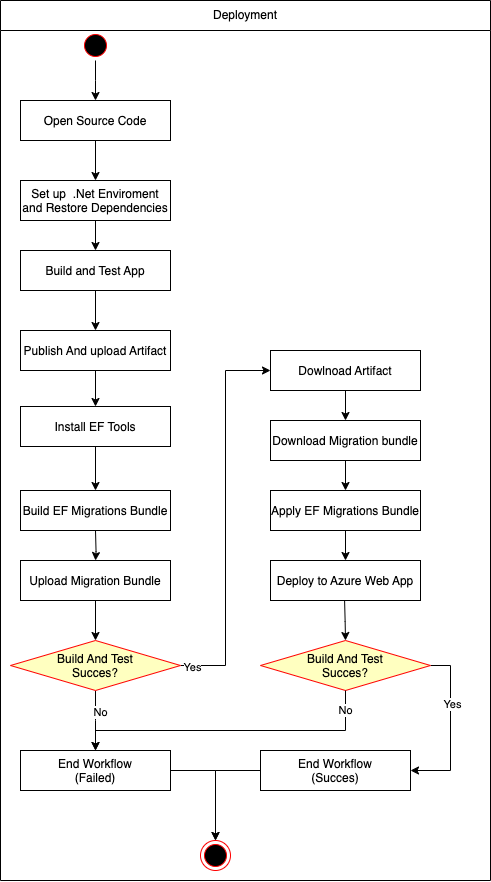
The draw.io diagram docs/images/Deployment-Workflow.drawio.png in ITU-BDSA-GROUP12/Chirp, before a commit. Source tidied: cells renumbered, new cells last; positions are measured from the earlier drawing's top-left corner, leaving out a move shared by most shapes. Its diagram source:
```xml
<mxGraphModel>
  <root>
    <mxCell id="0" />
    <mxCell id="1" parent="0" />
    <mxCell id="2" style="edgeStyle=orthogonalEdgeStyle;rounded=0;jettySize=auto;html=1;entryX=0.5;entryY=0;entryDx=0;entryDy=0;" parent="1" edge="1" source="3">
      <mxGeometry relative="1" as="geometry">
        <mxPoint x="95" y="100" as="targetPoint" />
      </mxGeometry>
    </mxCell>
    <mxCell id="3" style="ellipse;shape=startState;fillColor=#000000;strokeColor=#ff0000;" parent="1" vertex="1">
      <mxGeometry x="80" y="30" width="30" height="30" as="geometry" />
    </mxCell>
    <mxCell id="4" style="edgeStyle=orthogonalEdgeStyle;rounded=0;jettySize=auto;html=1;" parent="1" edge="1" source="5" target="7">
      <mxGeometry relative="1" as="geometry" />
    </mxCell>
    <mxCell id="5" value="Open Source Code" parent="1" vertex="1">
      <mxGeometry x="20" y="100" width="150" height="40" as="geometry" />
    </mxCell>
    <mxCell id="6" style="edgeStyle=orthogonalEdgeStyle;rounded=0;jettySize=auto;html=1;" parent="1" edge="1" source="7" target="9">
      <mxGeometry relative="1" as="geometry" />
    </mxCell>
    <mxCell id="7" value="Set up  .Net Enviroment&#10;and Restore Dependencies" parent="1" vertex="1">
      <mxGeometry x="20" y="180" width="150" height="40" as="geometry" />
    </mxCell>
    <mxCell id="8" style="edgeStyle=orthogonalEdgeStyle;rounded=0;jettySize=auto;html=1;" parent="1" edge="1" source="9" target="11">
      <mxGeometry relative="1" as="geometry" />
    </mxCell>
    <mxCell id="9" value="Build and Test App" parent="1" vertex="1">
      <mxGeometry x="20" y="250" width="150" height="40" as="geometry" />
    </mxCell>
    <mxCell id="10" style="edgeStyle=orthogonalEdgeStyle;rounded=0;jettySize=auto;html=1;" parent="1" edge="1" source="11" target="13">
      <mxGeometry relative="1" as="geometry" />
    </mxCell>
    <mxCell id="11" value="Publish And upload Artifact" parent="1" vertex="1">
      <mxGeometry x="20" y="330" width="150" height="40" as="geometry" />
    </mxCell>
    <mxCell id="12" style="edgeStyle=orthogonalEdgeStyle;rounded=0;jettySize=auto;html=1;exitX=0.5;exitY=1;exitDx=0;exitDy=0;entryX=0.5;entryY=0;entryDx=0;entryDy=0;" parent="1" edge="1" source="13" target="14">
      <mxGeometry relative="1" as="geometry" />
    </mxCell>
    <mxCell id="13" value="Install EF Tools" parent="1" vertex="1">
      <mxGeometry x="20" y="406" width="150" height="40" as="geometry" />
    </mxCell>
    <mxCell id="14" value="Build EF Migrations Bundle" parent="1" vertex="1">
      <mxGeometry x="20" y="490" width="150" height="40" as="geometry" />
    </mxCell>
    <mxCell id="15" style="edgeStyle=orthogonalEdgeStyle;rounded=0;jettySize=auto;html=1;exitX=0.5;exitY=1;exitDx=0;exitDy=0;" parent="1" edge="1" target="17">
      <mxGeometry relative="1" as="geometry">
        <mxPoint x="95" y="530" as="sourcePoint" />
      </mxGeometry>
    </mxCell>
    <mxCell id="16" style="edgeStyle=orthogonalEdgeStyle;rounded=0;jettySize=auto;html=1;entryX=0.5;entryY=0;entryDx=0;entryDy=0;" parent="1" edge="1" source="17" target="22">
      <mxGeometry relative="1" as="geometry" />
    </mxCell>
    <mxCell id="17" value="Upload Migration Bundle" parent="1" vertex="1">
      <mxGeometry x="20" y="560" width="150" height="40" as="geometry" />
    </mxCell>
    <mxCell id="18" style="edgeStyle=orthogonalEdgeStyle;rounded=0;jettySize=auto;html=1;exitX=1;exitY=0.5;exitDx=0;exitDy=0;entryX=0;entryY=0.5;entryDx=0;entryDy=0;" parent="1" edge="1" source="22" target="24">
      <mxGeometry relative="1" as="geometry" />
    </mxCell>
    <mxCell id="19" value="Yes" style="edgeLabel;html=1;align=center;verticalAlign=middle;" parent="18" vertex="1">
      <mxGeometry x="-0.93" y="-2" relative="1" as="geometry">
        <mxPoint x="-1" as="offset" />
      </mxGeometry>
    </mxCell>
    <mxCell id="20" style="edgeStyle=orthogonalEdgeStyle;rounded=0;jettySize=auto;html=1;" parent="1" edge="1" source="22">
      <mxGeometry relative="1" as="geometry">
        <mxPoint x="95" y="750" as="targetPoint" />
      </mxGeometry>
    </mxCell>
    <mxCell id="21" value="No" style="edgeLabel;html=1;align=center;verticalAlign=middle;" parent="20" vertex="1">
      <mxGeometry x="-0.27" y="5" relative="1" as="geometry" />
    </mxCell>
    <mxCell id="22" value="Build And Test&#10;Succes?" style="rhombus;fillColor=#ffffc0;strokeColor=#ff0000;" parent="1" vertex="1">
      <mxGeometry x="10" y="640" width="170" height="50" as="geometry" />
    </mxCell>
    <mxCell id="23" style="edgeStyle=orthogonalEdgeStyle;rounded=0;jettySize=auto;html=1;entryX=0.5;entryY=0;entryDx=0;entryDy=0;" parent="1" edge="1" source="24" target="26">
      <mxGeometry relative="1" as="geometry" />
    </mxCell>
    <mxCell id="24" value="Dowlnoad Artifact" parent="1" vertex="1">
      <mxGeometry x="270" y="350" width="150" height="40" as="geometry" />
    </mxCell>
    <mxCell id="25" style="edgeStyle=orthogonalEdgeStyle;rounded=0;jettySize=auto;html=1;" parent="1" edge="1" source="26" target="28">
      <mxGeometry relative="1" as="geometry" />
    </mxCell>
    <mxCell id="26" value="Download Migration bundle" parent="1" vertex="1">
      <mxGeometry x="270" y="420" width="150" height="40" as="geometry" />
    </mxCell>
    <mxCell id="27" style="edgeStyle=orthogonalEdgeStyle;rounded=0;jettySize=auto;html=1;" parent="1" edge="1" source="28" target="29">
      <mxGeometry relative="1" as="geometry" />
    </mxCell>
    <mxCell id="28" value="Apply EF Migrations Bundle" parent="1" vertex="1">
      <mxGeometry x="270" y="490" width="150" height="40" as="geometry" />
    </mxCell>
    <mxCell id="29" value="Deploy to Azure Web App" parent="1" vertex="1">
      <mxGeometry x="270" y="560" width="150" height="40" as="geometry" />
    </mxCell>
    <mxCell id="30" style="edgeStyle=orthogonalEdgeStyle;rounded=0;jettySize=auto;html=1;exitX=1;exitY=0.5;exitDx=0;exitDy=0;entryX=1;entryY=0.5;entryDx=0;entryDy=0;" parent="1" edge="1" source="32" target="37">
      <mxGeometry relative="1" as="geometry" />
    </mxCell>
    <mxCell id="31" value="Yes" style="edgeLabel;html=1;align=center;verticalAlign=middle;" parent="30" vertex="1">
      <mxGeometry x="-0.28" y="2" relative="1" as="geometry">
        <mxPoint y="-1" as="offset" />
      </mxGeometry>
    </mxCell>
    <mxCell id="32" value="Build And Test&#10;Succes?" style="rhombus;fillColor=#ffffc0;strokeColor=#ff0000;" parent="1" vertex="1">
      <mxGeometry x="260" y="640" width="170" height="50" as="geometry" />
    </mxCell>
    <mxCell id="33" style="edgeStyle=orthogonalEdgeStyle;rounded=0;jettySize=auto;html=1;" parent="1" edge="1" target="32">
      <mxGeometry relative="1" as="geometry">
        <mxPoint x="344.1" y="600" as="sourcePoint" />
      </mxGeometry>
    </mxCell>
    <mxCell id="34" style="edgeStyle=orthogonalEdgeStyle;rounded=0;jettySize=auto;html=1;entryX=0.5;entryY=0;entryDx=0;entryDy=0;" parent="1" edge="1" source="35" target="38">
      <mxGeometry relative="1" as="geometry" />
    </mxCell>
    <mxCell id="35" value="End Workflow&#10;(Failed)" parent="1" vertex="1">
      <mxGeometry x="20" y="750" width="150" height="40" as="geometry" />
    </mxCell>
    <mxCell id="36" style="edgeStyle=orthogonalEdgeStyle;rounded=0;jettySize=auto;html=1;entryX=0.5;entryY=0;entryDx=0;entryDy=0;" parent="1" edge="1" source="37" target="38">
      <mxGeometry relative="1" as="geometry" />
    </mxCell>
    <mxCell id="37" value="End Workflow&#10;(Succes)" parent="1" vertex="1">
      <mxGeometry x="260" y="750" width="150" height="40" as="geometry" />
    </mxCell>
    <mxCell id="38" style="ellipse;shape=endState;fillColor=#000000;strokeColor=#ff0000;" parent="1" vertex="1">
      <mxGeometry x="200" y="840" width="30" height="30" as="geometry" />
    </mxCell>
    <mxCell id="39" value="Deployment" style="swimlane;fontStyle=0;horizontal=1;startSize=30;whiteSpace=wrap;html=1;" parent="1" vertex="1">
      <mxGeometry width="490" height="880" as="geometry" />
    </mxCell>
    <mxCell id="40" style="edgeStyle=orthogonalEdgeStyle;rounded=0;jettySize=auto;html=1;entryX=0.5;entryY=0;entryDx=0;entryDy=0;exitX=0.5;exitY=1;exitDx=0;exitDy=0;" parent="1" edge="1" source="32" target="35">
      <mxGeometry relative="1" as="geometry">
        <Array as="points">
          <mxPoint x="345" y="730" />
          <mxPoint x="95" y="730" />
        </Array>
      </mxGeometry>
    </mxCell>
    <mxCell id="41" value="No" style="edgeLabel;html=1;align=center;verticalAlign=middle;" parent="40" vertex="1">
      <mxGeometry x="-0.88" relative="1" as="geometry" />
    </mxCell>
  </root>
</mxGraphModel>
```
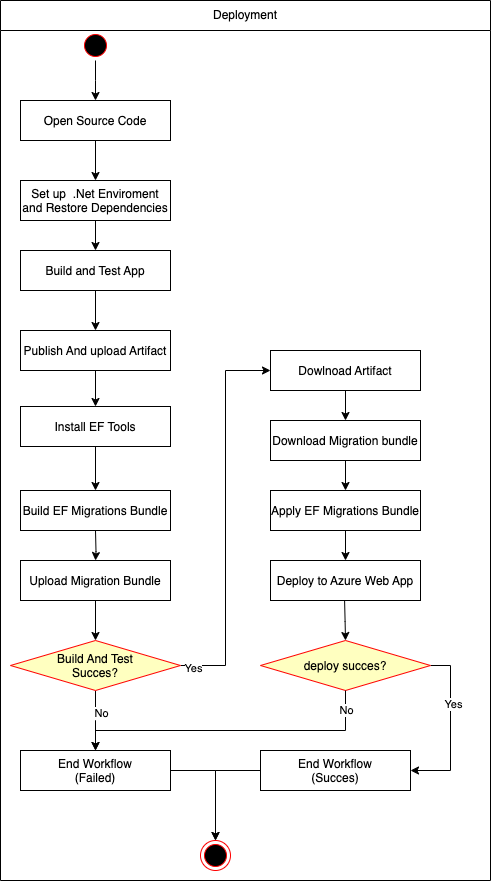
After the commit.

Diff of the diagram source:
```diff
@@ -102,7 +102,7 @@
         <mxPoint y="-1" as="offset" />
       </mxGeometry>
     </mxCell>
-    <mxCell id="32" value="Build And Test&#10;Succes?" style="rhombus;fillColor=#ffffc0;strokeColor=#ff0000;" parent="1" vertex="1">
+    <mxCell id="32" value="deploy succes?" style="rhombus;fillColor=#ffffc0;strokeColor=#ff0000;" parent="1" vertex="1">
       <mxGeometry x="260" y="640" width="170" height="50" as="geometry" />
     </mxCell>
     <mxCell id="33" style="edgeStyle=orthogonalEdgeStyle;rounded=0;jettySize=auto;html=1;" parent="1" edge="1" target="32">
```
